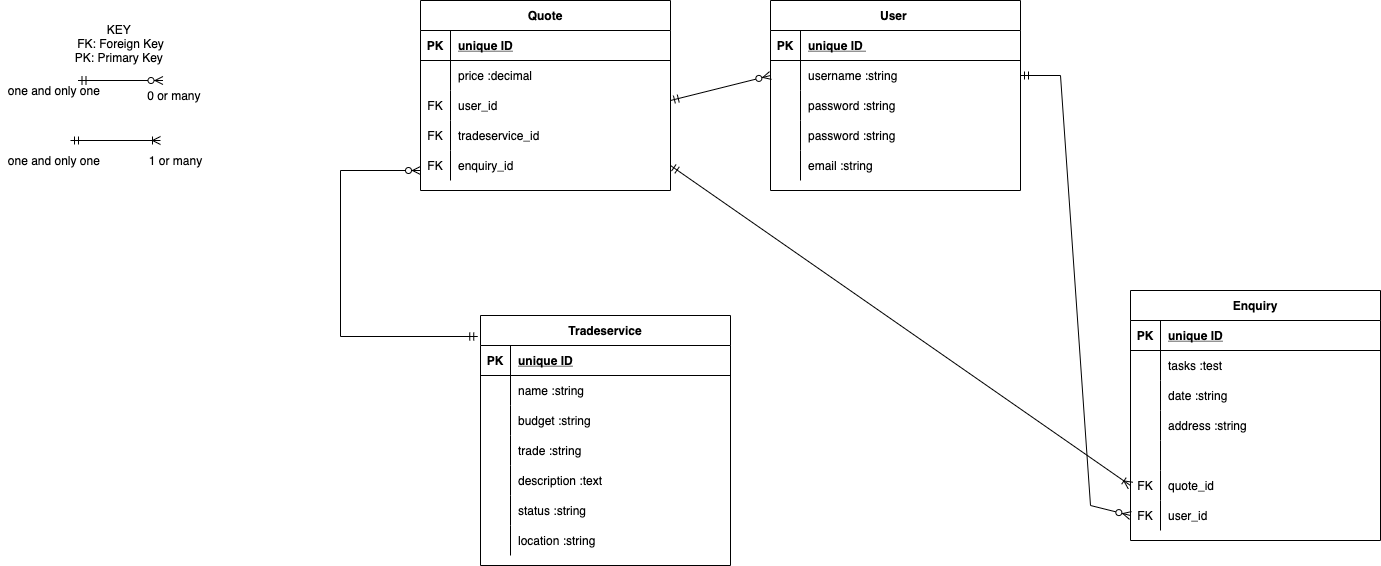
Before: docs/ERD.png, a diagram exported from draw.io (droucode/tradesfordays). Source tidied: cells renumbered, new cells last; positions are measured from the earlier drawing's top-left corner, leaving out a move shared by most shapes.
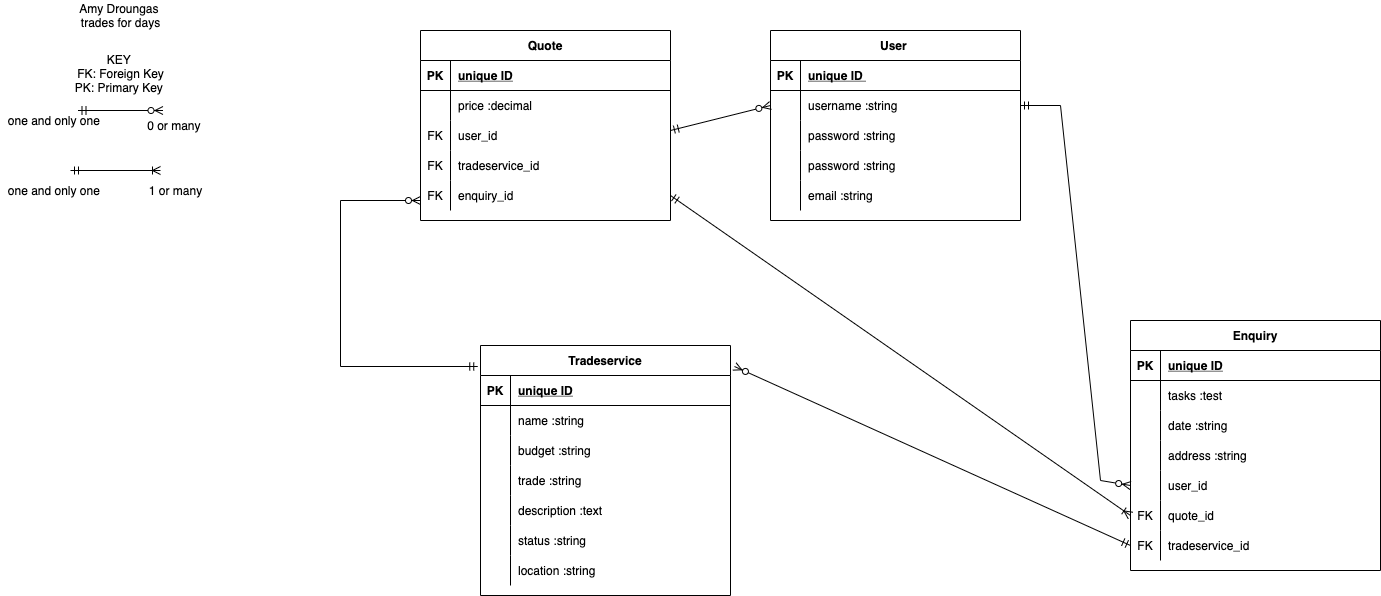
Above is the later version.

Commit message:
R14 erd replaced image attached in docs file

What changed in the source:
```diff
@@ -47,7 +47,7 @@
     <mxCell id="16" style="shape=partialRectangle;overflow=hidden;fillColor=none;top=0;left=0;bottom=0;right=0;" parent="15" vertex="1">
       <mxGeometry width="30" height="30" as="geometry" />
     </mxCell>
-    <mxCell id="17" style="shape=partialRectangle;overflow=hidden;fillColor=none;top=0;left=0;bottom=0;right=0;align=left;spacingLeft=6;" parent="15" vertex="1">
+    <mxCell id="17" value="user_id" style="shape=partialRectangle;overflow=hidden;fillColor=none;top=0;left=0;bottom=0;right=0;align=left;spacingLeft=6;" parent="15" vertex="1">
       <mxGeometry x="30" width="220" height="30" as="geometry" />
     </mxCell>
     <mxCell id="18" style="shape=partialRectangle;fillColor=none;points=[[0,0.5],[1,0.5]];portConstraint=eastwest;top=0;left=0;right=0;bottom=0;" parent="2" vertex="1">
@@ -65,7 +65,7 @@
     <mxCell id="22" value="FK" style="shape=partialRectangle;overflow=hidden;fillColor=none;top=0;left=0;bottom=0;right=0;" parent="21" vertex="1">
       <mxGeometry width="30" height="30" as="geometry" />
     </mxCell>
-    <mxCell id="23" value="user_id " style="shape=partialRectangle;overflow=hidden;fillColor=none;top=0;left=0;bottom=0;right=0;align=left;spacingLeft=6;" parent="21" vertex="1">
+    <mxCell id="23" value="tradeservice_id" style="shape=partialRectangle;overflow=hidden;fillColor=none;top=0;left=0;bottom=0;right=0;align=left;spacingLeft=6;" parent="21" vertex="1">
       <mxGeometry x="30" width="220" height="30" as="geometry" />
     </mxCell>
     <mxCell id="24" value="Tradeservice" style="shape=table;startSize=30;rowLines=0;fontStyle=1;align=center;" parent="1" vertex="1">
@@ -230,11 +230,11 @@
     <mxCell id="77" value="enquiry_id " style="shape=partialRectangle;overflow=hidden;fillColor=none;top=0;left=0;bottom=0;right=0;align=left;spacingLeft=6;" parent="75" vertex="1">
       <mxGeometry x="30" width="220" height="30" as="geometry" />
     </mxCell>
-    <mxCell id="78" style="fontSize=12;html=1;endArrow=ERzeroToMany;startArrow=ERmandOne;rounded=0;exitX=1;exitY=0.5;exitDx=0;exitDy=0;entryX=0;entryY=0.5;entryDx=0;entryDy=0;" parent="1" edge="1" source="50" target="21">
+    <mxCell id="78" style="fontSize=12;html=1;endArrow=ERzeroToMany;startArrow=ERmandOne;rounded=0;exitX=1;exitY=0.5;exitDx=0;exitDy=0;entryX=0;entryY=0.5;entryDx=0;entryDy=0;" parent="1" edge="1" source="50" target="15">
       <mxGeometry relative="1" as="geometry">
         <Array as="points">
           <mxPoint x="1060" y="75" />
-          <mxPoint x="1090" y="505" />
+          <mxPoint x="1100" y="450" />
         </Array>
       </mxGeometry>
     </mxCell>
@@ -282,5 +282,11 @@
     <mxCell id="88" value="1 or many" style="text;html=1;align=center;verticalAlign=middle;strokeColor=none;fillColor=none;" parent="1" vertex="1">
       <mxGeometry x="140" y="150" width="70" height="20" as="geometry" />
     </mxCell>
+    <mxCell id="89" style="fontSize=12;html=1;endArrow=ERzeroToMany;startArrow=ERmandOne;rounded=0;entryX=1.016;entryY=-0.3;entryDx=0;entryDy=0;entryPerimeter=0;exitX=0;exitY=0.5;exitDx=0;exitDy=0;" parent="1" edge="1" source="21" target="25">
+      <mxGeometry relative="1" as="geometry" />
+    </mxCell>
+    <mxCell id="90" value="Amy Droungas&amp;nbsp;&lt;br&gt;trades for days" style="text;html=1;align=center;verticalAlign=middle;strokeColor=none;fillColor=none;" parent="1" vertex="1">
+      <mxGeometry x="70" y="-30" width="100" height="30" as="geometry" />
+    </mxCell>
   </root>
 </mxGraphModel>
```
